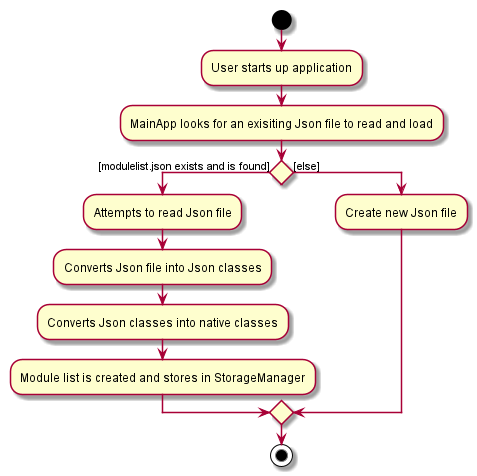
nus-cs2103-AY2021S1/tp keeps this PlantUML diagram as docs/images/LoadJsonActivityDiagram.png. Above is the earlier version. Source of this version:
```plantuml
@startuml
start
:User starts up application;
:MainApp looks for an exisiting Json file to read and load;


if () then ([modulelist.json exists and is found])
    :Attempts to read Json file;
    :Converts Json file into Json classes;
    :Converts Json classes into native classes;
    :Module list is created and stores in StorageManager;
else ([else])
    :Create new Json file;
endif
stop
@enduml
```
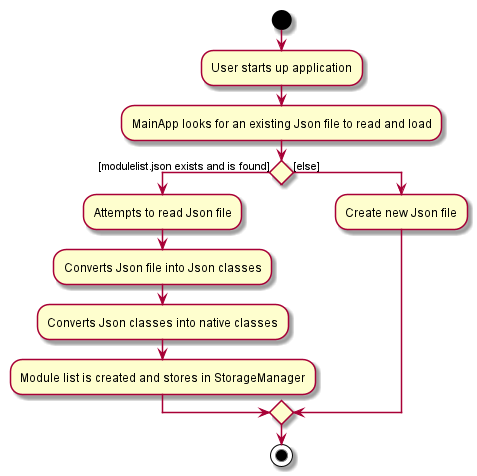
After the commit.

The edit, as a diff of the source:
```diff
@@ -1,7 +1,7 @@
 @startuml
 start
 :User starts up application;
-:MainApp looks for an exisiting Json file to read and load;
+:MainApp looks for an existing Json file to read and load;
 
 
 if () then ([modulelist.json exists and is found])
```
